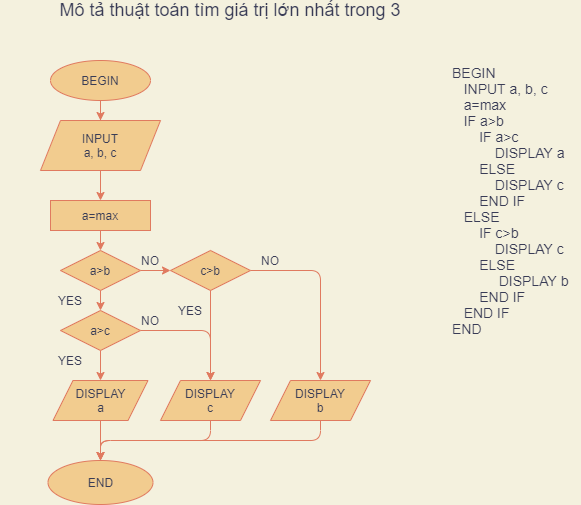
The draw.io diagram ss3_ma_gia_luu_do/Mô tả thuật toán tìm giá trị lớn nhất trong 3 số.png in thanhnhan3286/C0123G1---Th-nh-Nh-n, before a commit. Source tidied: cells renumbered, new cells last; positions are measured from the earlier drawing's top-left corner, leaving out a move shared by most shapes.
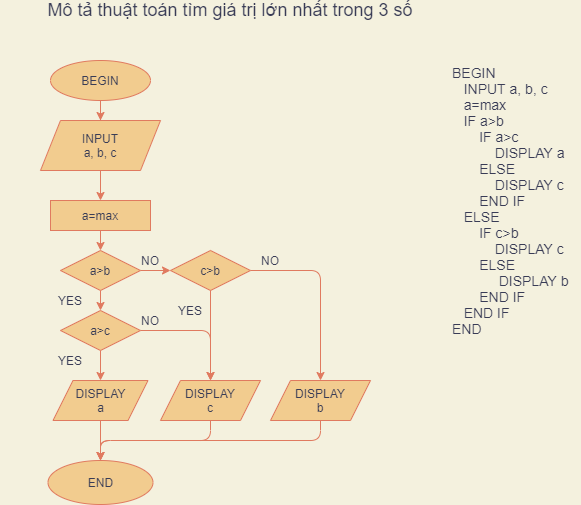
The same diagram one commit later.

Diff of the diagram source:
```diff
@@ -2,7 +2,7 @@
   <root>
     <mxCell id="0" />
     <mxCell id="1" parent="0" />
-    <mxCell id="2" value="&lt;span style=&quot;font-size: 18px&quot;&gt;Mô tả thuật toán tìm giá trị lớn nhất trong 3&lt;/span&gt;" style="text;html=1;strokeColor=none;fillColor=none;align=center;verticalAlign=middle;whiteSpace=wrap;rounded=0;fontColor=#393C56;" parent="1" vertex="1">
+    <mxCell id="2" value="&lt;span style=&quot;font-size: 18px&quot;&gt;Mô tả thuật toán tìm giá trị lớn nhất trong 3 số&lt;/span&gt;" style="text;html=1;strokeColor=none;fillColor=none;align=center;verticalAlign=middle;whiteSpace=wrap;rounded=0;fontColor=#393C56;" parent="1" vertex="1">
       <mxGeometry width="460" height="20" as="geometry" />
     </mxCell>
     <mxCell id="3" style="edgeStyle=orthogonalEdgeStyle;rounded=0;jettySize=auto;html=1;strokeColor=#E07A5F;fontColor=#393C56;labelBackgroundColor=#F4F1DE;" parent="1" edge="1" source="4" target="6">
```
